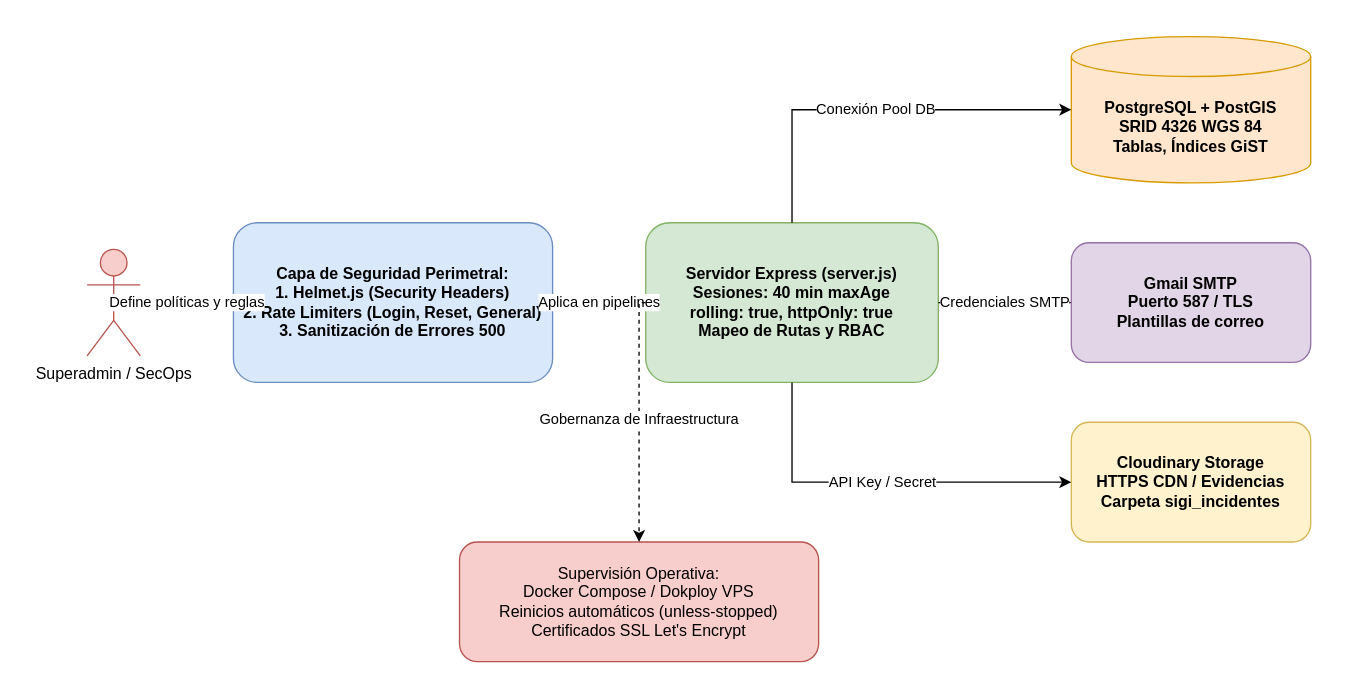
Before: documentacion/Superadmin/diagramas/03_gobernanza_sistema.drawio in DF-VeraP/SIGI, a draw.io diagram. Source tidied: cells renumbered, new cells numbered last; positions are measured from the earlier drawing's top-left corner, leaving out a move shared by most shapes. Both pictures are drawn from the tidied source at 133%, with x=0, y=0 at pixel (86, 36).
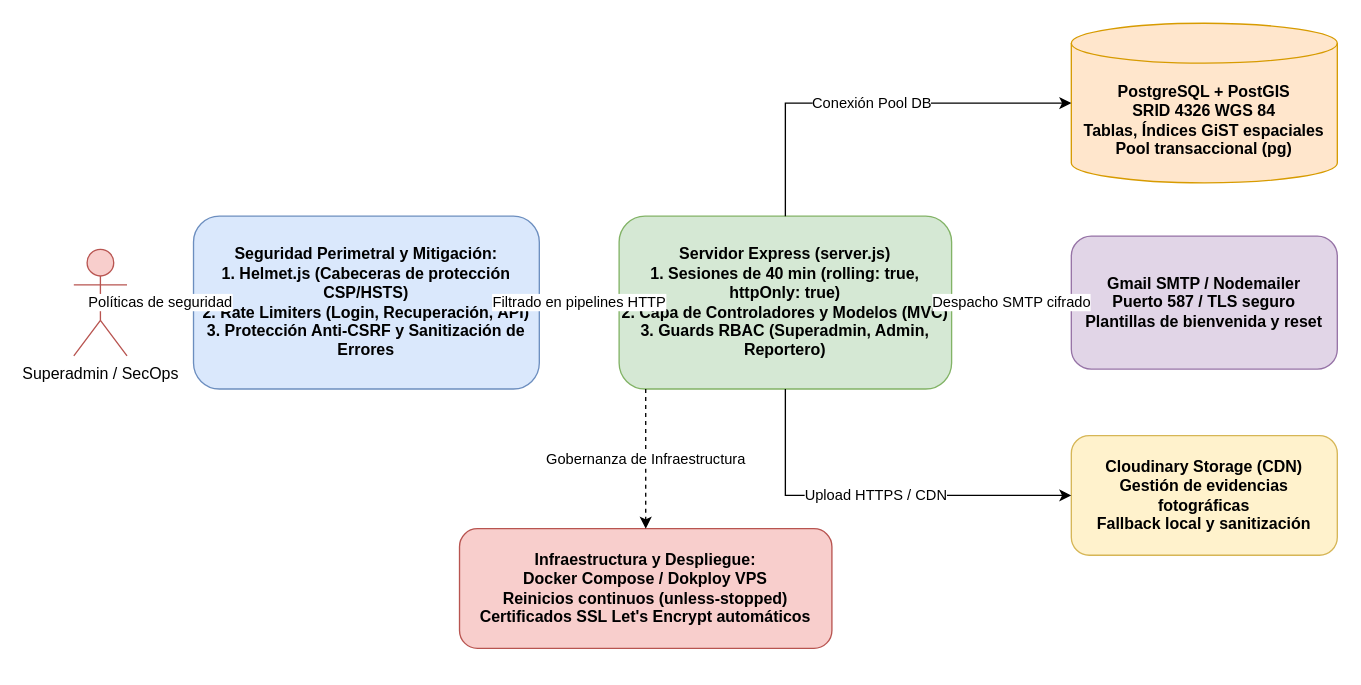
After the change.

The edit, as a diff of the source:
```diff
@@
 <mxGraphModel>
   <root>
     <mxCell id="0" />
     <mxCell id="1" parent="0" />
     <mxCell id="2" value="Superadmin / SecOps" style="shape=umlActor;verticalLabelPosition=bottom;verticalAlign=top;html=1;fillColor=#f8cecc;strokeColor=#b85450;" parent="1" vertex="1">
-      <mxGeometry y="160" width="40" height="80" as="geometry" />
+      <mxGeometry x="-10" y="160" width="40" height="80" as="geometry" />
     </mxCell>
-    <mxCell id="3" value="Capa de Seguridad Perimetral:&#10;1. Helmet.js (Security Headers)&#10;2. Rate Limiters (Login, Reset, General)&#10;3. Sanitización de Errores 500" style="rounded=1;whiteSpace=wrap;html=1;fillColor=#dae8fc;strokeColor=#6c8ebf;fontStyle=1;" parent="1" vertex="1">
-      <mxGeometry x="110" y="140" width="240" height="120" as="geometry" />
+    <mxCell id="3" value="Seguridad Perimetral y Mitigación:&#10;1. Helmet.js (Cabeceras de protección CSP/HSTS)&#10;2. Rate Limiters (Login, Recuperación, API)&#10;3. Protección Anti-CSRF y Sanitización de Errores" style="rounded=1;whiteSpace=wrap;html=1;fillColor=#dae8fc;strokeColor=#6c8ebf;fontStyle=1;" parent="1" vertex="1">
+      <mxGeometry x="80" y="135" width="260" height="130" as="geometry" />
     </mxCell>
-    <mxCell id="4" value="Define políticas y reglas" style="edgeStyle=orthogonalEdgeStyle;rounded=0;jettySize=auto;html=1;" parent="1" edge="1" source="2" target="3">
+    <mxCell id="4" value="Políticas de seguridad" style="edgeStyle=orthogonalEdgeStyle;rounded=0;jettySize=auto;html=1;" parent="1" edge="1" source="2" target="3">
       <mxGeometry relative="1" as="geometry" />
     </mxCell>
-    <mxCell id="5" value="Servidor Express (server.js)&#10;Sesiones: 40 min maxAge&#10;rolling: true, httpOnly: true&#10;Mapeo de Rutas y RBAC" style="rounded=1;whiteSpace=wrap;html=1;fillColor=#d5e8d4;strokeColor=#82b366;fontStyle=1;" parent="1" vertex="1">
-      <mxGeometry x="420" y="140" width="220" height="120" as="geometry" />
+    <mxCell id="5" value="Servidor Express (server.js)&#10;1. Sesiones de 40 min (rolling: true, httpOnly: true)&#10;2. Capa de Controladores y Modelos (MVC)&#10;3. Guards RBAC (Superadmin, Admin, Reportero)" style="rounded=1;whiteSpace=wrap;html=1;fillColor=#d5e8d4;strokeColor=#82b366;fontStyle=1;" parent="1" vertex="1">
+      <mxGeometry x="400" y="135" width="250" height="130" as="geometry" />
     </mxCell>
-    <mxCell id="6" value="Aplica en pipelines" style="edgeStyle=orthogonalEdgeStyle;rounded=0;jettySize=auto;html=1;" parent="1" edge="1" source="3" target="5">
+    <mxCell id="6" value="Filtrado en pipelines HTTP" style="edgeStyle=orthogonalEdgeStyle;rounded=0;jettySize=auto;html=1;" parent="1" edge="1" source="3" target="5">
       <mxGeometry relative="1" as="geometry" />
     </mxCell>
-    <mxCell id="7" value="PostgreSQL + PostGIS&#10;SRID 4326 WGS 84&#10;Tablas, Índices GiST" style="shape=cylinder3;whiteSpace=wrap;html=1;boundedLbl=1;backgroundOutline=1;size=15;fillColor=#ffe6cc;strokeColor=#d79b00;fontStyle=1;" parent="1" vertex="1">
-      <mxGeometry x="740" width="180" height="110" as="geometry" />
+    <mxCell id="7" value="PostgreSQL + PostGIS&#10;SRID 4326 WGS 84&#10;Tablas, Índices GiST espaciales&#10;Pool transaccional (pg)" style="shape=cylinder3;whiteSpace=wrap;html=1;boundedLbl=1;backgroundOutline=1;size=15;fillColor=#ffe6cc;strokeColor=#d79b00;fontStyle=1;" parent="1" vertex="1">
+      <mxGeometry x="740" y="-10" width="200" height="120" as="geometry" />
     </mxCell>
-    <mxCell id="8" value="Gmail SMTP&#10;Puerto 587 / TLS&#10;Plantillas de correo" style="rounded=1;whiteSpace=wrap;html=1;fillColor=#e1d5e7;strokeColor=#9673a6;fontStyle=1;" parent="1" vertex="1">
-      <mxGeometry x="740" y="155" width="180" height="90" as="geometry" />
+    <mxCell id="8" value="Gmail SMTP / Nodemailer&#10;Puerto 587 / TLS seguro&#10;Plantillas de bienvenida y reset" style="rounded=1;whiteSpace=wrap;html=1;fillColor=#e1d5e7;strokeColor=#9673a6;fontStyle=1;" parent="1" vertex="1">
+      <mxGeometry x="740" y="150" width="200" height="100" as="geometry" />
     </mxCell>
-    <mxCell id="9" value="Cloudinary Storage&#10;HTTPS CDN / Evidencias&#10;Carpeta sigi_incidentes" style="rounded=1;whiteSpace=wrap;html=1;fillColor=#fff2cc;strokeColor=#d6b656;fontStyle=1;" parent="1" vertex="1">
-      <mxGeometry x="740" y="290" width="180" height="90" as="geometry" />
+    <mxCell id="9" value="Cloudinary Storage (CDN)&#10;Gestión de evidencias fotográficas&#10;Fallback local y sanitización" style="rounded=1;whiteSpace=wrap;html=1;fillColor=#fff2cc;strokeColor=#d6b656;fontStyle=1;" parent="1" vertex="1">
+      <mxGeometry x="740" y="300" width="200" height="90" as="geometry" />
     </mxCell>
     <mxCell id="10" value="Conexión Pool DB" style="edgeStyle=orthogonalEdgeStyle;rounded=0;jettySize=auto;html=1;" parent="1" edge="1" source="5" target="7">
       <mxGeometry relative="1" as="geometry">
         <Array as="points">
-          <mxPoint x="530" y="55" />
+          <mxPoint x="525" y="50" />
         </Array>
       </mxGeometry>
     </mxCell>
-    <mxCell id="11" value="Credenciales SMTP" style="edgeStyle=orthogonalEdgeStyle;rounded=0;jettySize=auto;html=1;" parent="1" edge="1" source="5" target="8">
+    <mxCell id="11" value="Despacho SMTP cifrado" style="edgeStyle=orthogonalEdgeStyle;rounded=0;jettySize=auto;html=1;" parent="1" edge="1" source="5" target="8">
       <mxGeometry relative="1" as="geometry" />
     </mxCell>
-    <mxCell id="12" value="API Key / Secret" style="edgeStyle=orthogonalEdgeStyle;rounded=0;jettySize=auto;html=1;" parent="1" edge="1" source="5" target="9">
+    <mxCell id="12" value="Upload HTTPS / CDN" style="edgeStyle=orthogonalEdgeStyle;rounded=0;jettySize=auto;html=1;" parent="1" edge="1" source="5" target="9">
       <mxGeometry relative="1" as="geometry">
         <Array as="points">
-          <mxPoint x="530" y="335" />
+          <mxPoint x="525" y="345" />
         </Array>
       </mxGeometry>
     </mxCell>
-    <mxCell id="13" value="Supervisión Operativa:&#10;Docker Compose / Dokploy VPS&#10;Reinicios automáticos (unless-stopped)&#10;Certificados SSL Let's Encrypt" style="rounded=1;whiteSpace=wrap;html=1;fillColor=#f8cecc;strokeColor=#b85450;" parent="1" vertex="1">
-      <mxGeometry x="280" y="380" width="270" height="90" as="geometry" />
+    <mxCell id="13" value="Infraestructura y Despliegue:&#10;Docker Compose / Dokploy VPS&#10;Reinicios continuos (unless-stopped)&#10;Certificados SSL Let's Encrypt automáticos" style="rounded=1;whiteSpace=wrap;html=1;fillColor=#f8cecc;strokeColor=#b85450;fontStyle=1;" parent="1" vertex="1">
+      <mxGeometry x="280" y="370" width="280" height="90" as="geometry" />
     </mxCell>
     <mxCell id="14" value="Gobernanza de Infraestructura" style="edgeStyle=orthogonalEdgeStyle;rounded=0;jettySize=auto;html=1;dashed=1;" parent="1" edge="1" source="5" target="13">
       <mxGeometry relative="1" as="geometry">
         <Array as="points">
-          <mxPoint x="415" y="320" />
-          <mxPoint x="415" y="320" />
+          <mxPoint x="420" y="320" />
+          <mxPoint x="420" y="320" />
         </Array>
       </mxGeometry>
     </mxCell>
   </root>
 </mxGraphModel>
```
